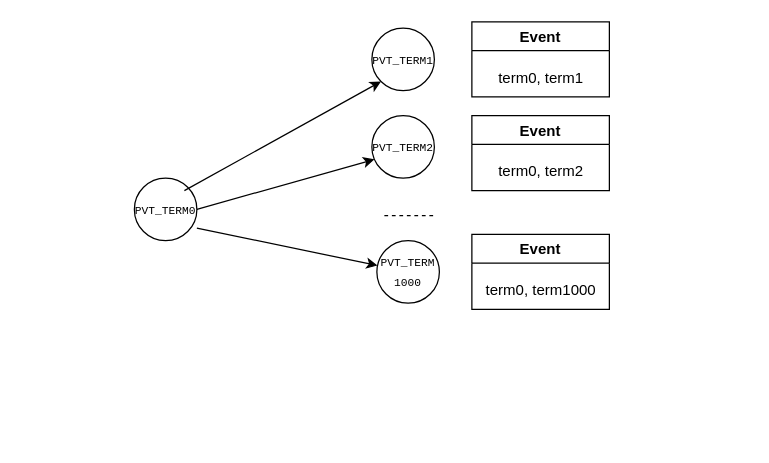
ganisback/draw.io keeps this draw.io diagram as assets/performance.drawio. Above is the earlier version. Source tidied: cells renumbered, new cells numbered last; positions are measured from the earlier drawing's top-left corner, leaving out a move shared by most shapes. Both pictures are drawn from the tidied source at 125%, with x=0, y=0 at pixel (134, 21).
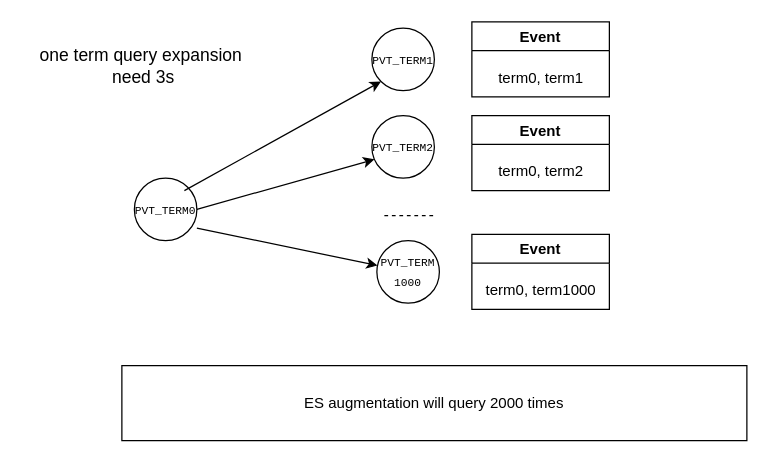
After the change.

Diff of the diagram source:
```diff
@@
 <mxGraphModel>
   <root>
     <mxCell id="0" />
     <mxCell id="1" parent="0" />
     <mxCell id="2" value="&lt;code&gt;&lt;font style=&quot;font-size: 9px;&quot;&gt;PVT_TERM0&lt;/font&gt;&lt;/code&gt;" style="ellipse;whiteSpace=wrap;html=1;" parent="1" vertex="1">
       <mxGeometry y="125" width="50" height="50" as="geometry" />
     </mxCell>
     <mxCell id="3" value="&lt;code&gt;&lt;font style=&quot;font-size: 9px;&quot;&gt;PVT_TERM1&lt;/font&gt;&lt;/code&gt;" style="ellipse;whiteSpace=wrap;html=1;" parent="1" vertex="1">
       <mxGeometry x="190" y="5" width="50" height="50" as="geometry" />
     </mxCell>
     <mxCell id="4" value="&lt;code&gt;&lt;font style=&quot;font-size: 9px;&quot;&gt;PVT_TERM2&lt;/font&gt;&lt;/code&gt;" style="ellipse;whiteSpace=wrap;html=1;" parent="1" vertex="1">
       <mxGeometry x="190" y="75" width="50" height="50" as="geometry" />
     </mxCell>
     <mxCell id="5" value="&lt;code&gt;&lt;font style=&quot;font-size: 9px;&quot;&gt;PVT_TERM&lt;br&gt;1000&lt;/font&gt;&lt;/code&gt;" style="ellipse;whiteSpace=wrap;html=1;" parent="1" vertex="1">
       <mxGeometry x="194" y="175" width="50" height="50" as="geometry" />
     </mxCell>
     <mxCell id="6" style="endArrow=none;dashed=1;html=1;rounded=0;" parent="1" edge="1">
       <mxGeometry relative="1" as="geometry">
         <mxPoint x="200" y="155" as="sourcePoint" />
         <mxPoint x="240" y="155" as="targetPoint" />
       </mxGeometry>
     </mxCell>
     <mxCell id="7" style="endArrow=classic;html=1;rounded=0;entryX=0;entryY=1;entryDx=0;entryDy=0;" parent="1" edge="1" target="3">
       <mxGeometry relative="1" as="geometry">
         <mxPoint x="40" y="135" as="sourcePoint" />
       </mxGeometry>
     </mxCell>
     <mxCell id="8" style="endArrow=classic;html=1;rounded=0;exitX=1;exitY=0.5;exitDx=0;exitDy=0;entryX=0.04;entryY=0.7;entryDx=0;entryDy=0;entryPerimeter=0;" parent="1" edge="1" source="2" target="4">
       <mxGeometry relative="1" as="geometry" />
     </mxCell>
     <mxCell id="9" style="endArrow=classic;html=1;rounded=0;exitX=1;exitY=0.8;exitDx=0;exitDy=0;exitPerimeter=0;" parent="1" edge="1" source="2" target="5">
       <mxGeometry relative="1" as="geometry" />
     </mxCell>
     <mxCell id="10" value="Event" style="swimlane;startSize=23;" parent="1" vertex="1">
       <mxGeometry x="270" width="110" height="60" as="geometry" />
     </mxCell>
     <mxCell id="11" value="term0, term1" style="text;html=1;align=center;verticalAlign=middle;strokeColor=none;fillColor=none;" parent="10" vertex="1">
       <mxGeometry x="10" y="30" width="90" height="30" as="geometry" />
     </mxCell>
     <mxCell id="12" value="Event" style="swimlane;startSize=23;" parent="1" vertex="1">
       <mxGeometry x="270" y="75" width="110" height="60" as="geometry" />
     </mxCell>
     <mxCell id="13" value="term0, term2" style="text;html=1;align=center;verticalAlign=middle;strokeColor=none;fillColor=none;" parent="12" vertex="1">
       <mxGeometry x="10" y="30" width="90" height="30" as="geometry" />
     </mxCell>
     <mxCell id="14" value="Event" style="swimlane;startSize=23;" parent="1" vertex="1">
       <mxGeometry x="270" y="170" width="110" height="60" as="geometry" />
     </mxCell>
     <mxCell id="15" value="term0, term1000" style="text;html=1;align=center;verticalAlign=middle;strokeColor=none;fillColor=none;" parent="14" vertex="1">
       <mxGeometry y="30" width="110" height="30" as="geometry" />
     </mxCell>
+    <mxCell id="16" value="&lt;font style=&quot;font-size: 14px;&quot;&gt;one term query expansion&lt;br&gt;&amp;nbsp; need 3s&amp;nbsp;&lt;/font&gt;" style="text;html=1;align=center;verticalAlign=middle;strokeColor=none;fillColor=none;" parent="1" vertex="1">
+      <mxGeometry x="-90" y="10" width="190" height="50" as="geometry" />
+    </mxCell>
+    <mxCell id="17" value="ES augmentation will query 2000 times" style="rounded=0;whiteSpace=wrap;html=1;" parent="1" vertex="1">
+      <mxGeometry x="-10" y="275" width="500" height="60" as="geometry" />
+    </mxCell>
   </root>
 </mxGraphModel>
```
